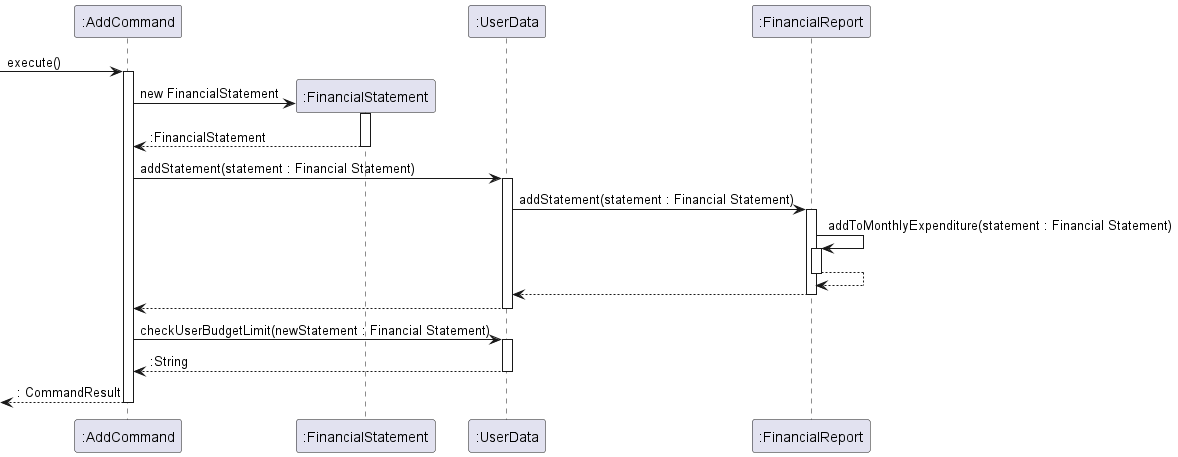
This is docs/images/DeveloperGuide/AddCommandSequenceDiagram.png from nus-cs2113-AY2223S2/tp, a PlantUML export, as it was before one commit.
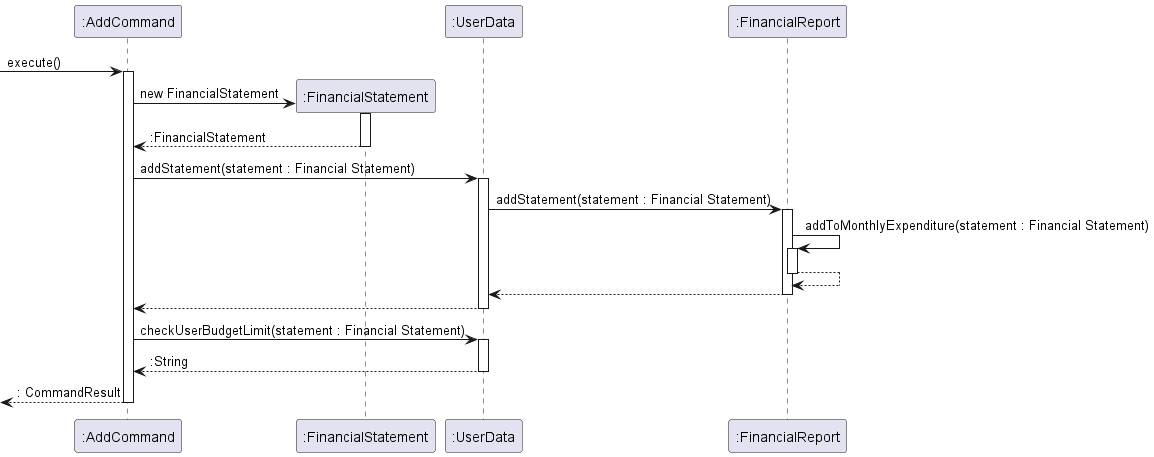
Later version of the same file.

Commit message:
rename newStatement to statement for the method name checkUserBudgetLimit

The edit, as a diff of the source:
```diff
@@ -32,7 +32,7 @@
 UserData --> AddCommand
 deactivate UserData
 
-AddCommand -> UserData : checkUserBudgetLimit(newStatement : Financial Statement)
+AddCommand -> UserData : checkUserBudgetLimit(statement : Financial Statement)
 activate UserData
 
 UserData --> AddCommand : :String
```
